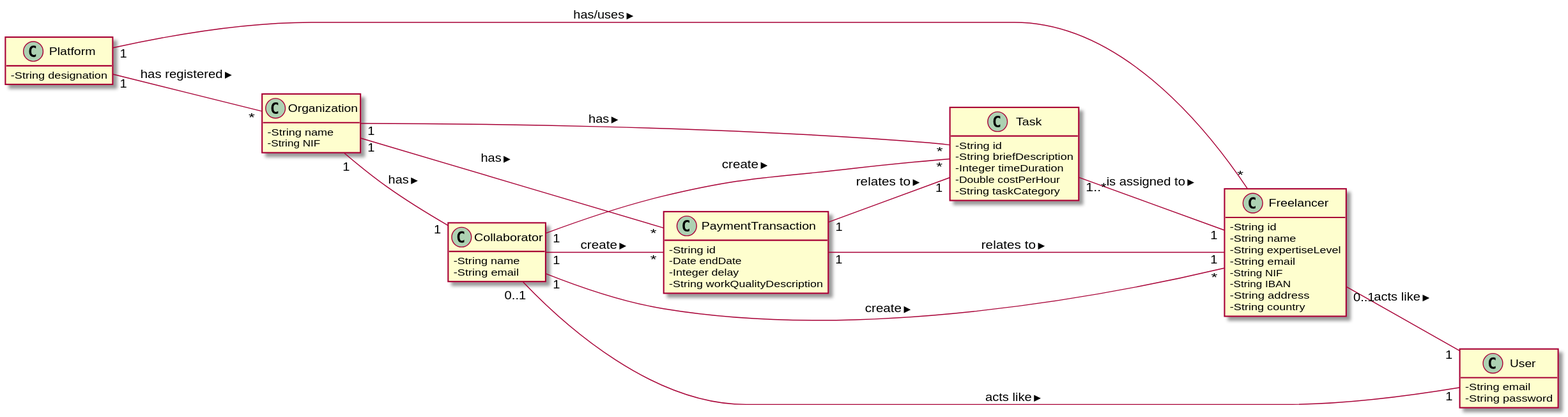
pedrolemos4/LAPR2 keeps this PlantUML diagram as docs/UC3 - Create Payment Transaction/UC3_MD.svg. Above is the earlier version.
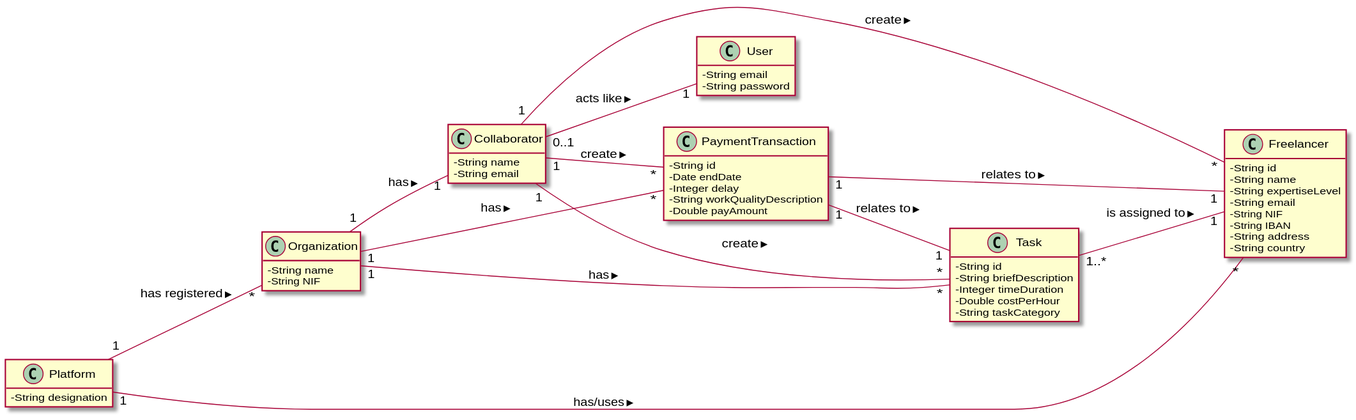
The same diagram one commit later.

Diff of the diagram source:
```diff
@@ -47,6 +47,7 @@
   -Date endDate
   -Integer delay
   -String workQualityDescription
+  -Double payAmount
 }
 
 Platform "1" -- "*" Organization : has registered >
@@ -55,7 +56,6 @@
 Organization "1" -- "*" Task: has >
 Organization "1" -- "*" PaymentTransaction: has >
 Collaborator "0..1" -- "1" User: acts like >
-Freelancer "0..1" -- "1" User: acts like >
 Collaborator "1" -- "*" Freelancer: create >
 Collaborator "1" -- "*" Task: create >
 Collaborator "1" -- "*" PaymentTransaction: create >
```
